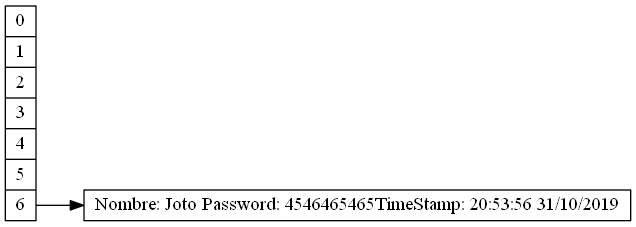
Eduardo01004/EDD_2S2019_PY2_201612124 keeps this Graphviz diagram as Proyecto2/HashTable.png. Above is the earlier version. Its source is kept beside it as Proyecto2/HashTable.dot.
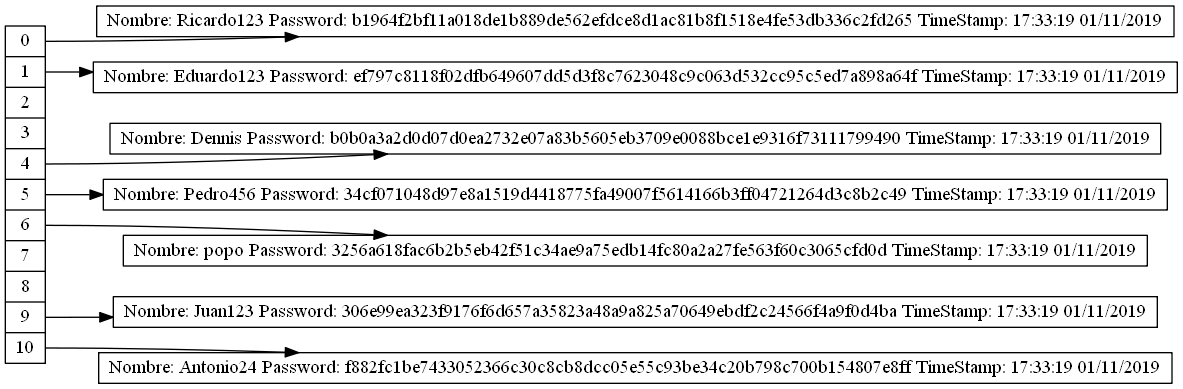
After the commit.

The edit, as a diff of the source:
```diff
@@ -7,7 +7,23 @@
 <f3> 3 |
 <f4> 4 |
 <f5> 5 |
-<f6> 6"];
-nodoJoto [label= "Nombre: Joto Password: 4546465465TimeStamp: 20:53:56 31/10/2019"];
-"nodeTable":f6 -> nodoJoto
+<f6> 6 |
+<f7> 7 |
+<f8> 8 |
+<f9> 9 |
+<f10> 10"];
+nodoRicardo123 [label= "Nombre: Ricardo123 Password: b1964f2bf11a018de1b889de562efdce8d1ac81b8f1518e4fe53db336c2fd265 TimeStamp: 17:33:19 01/11/2019"];
+"nodeTable":f0 -> nodoRicardo123
+nodoEduardo123 [label= "Nombre: Eduardo123 Password: ef797c8118f02dfb649607dd5d3f8c7623048c9c063d532cc95c5ed7a898a64f TimeStamp: 17:33:19 01/11/2019"];
+"nodeTable":f1 -> nodoEduardo123
+nodoDennis [label= "Nombre: Dennis Password: b0b0a3a2d0d07d0ea2732e07a83b5605eb3709e0088bce1e9316f73111799490 TimeStamp: 17:33:19 01/11/2019"];
+"nodeTable":f4 -> nodoDennis
+nodoPedro456 [label= "Nombre: Pedro456 Password: 34cf071048d97e8a1519d4418775fa49007f5614166b3ff04721264d3c8b2c49 TimeStamp: 17:33:19 01/11/2019"];
+"nodeTable":f5 -> nodoPedro456
+nodopopo [label= "Nombre: popo Password: 3256a618fac6b2b5eb42f51c34ae9a75edb14fc80a2a27fe563f60c3065cfd0d TimeStamp: 17:33:19 01/11/2019"];
+"nodeTable":f6 -> nodopopo
+nodoJuan123 [label= "Nombre: Juan123 Password: 306e99ea323f9176f6d657a35823a48a9a825a70649ebdf2c24566f4a9f0d4ba TimeStamp: 17:33:19 01/11/2019"];
+"nodeTable":f9 -> nodoJuan123
+nodoAntonio24 [label= "Nombre: Antonio24 Password: f882fc1be7433052366c30c8cb8dcc05e55c93be34c20b798c700b154807e8ff TimeStamp: 17:33:19 01/11/2019"];
+"nodeTable":f10 -> nodoAntonio24
 }
```
